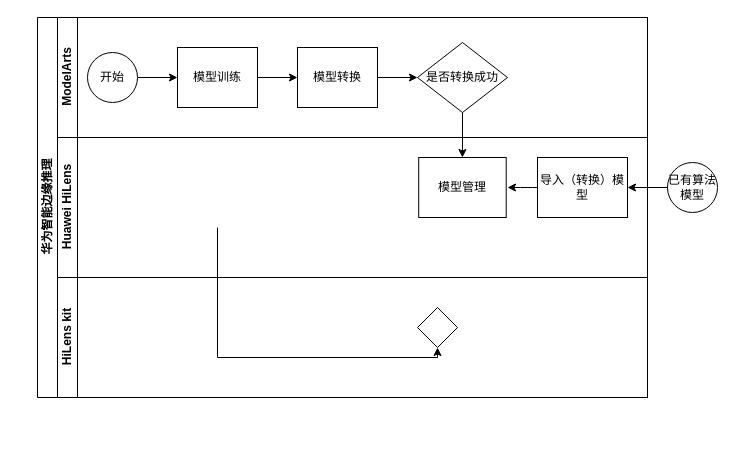
Before: Untitled Diagram.drawio in uclock1995/threejs_p1, a draw.io diagram. Source tidied: cells renumbered, new cells numbered last; positions are measured from the earlier drawing's top-left corner, leaving out a move shared by most shapes. Both pictures are drawn from the tidied source at 100%, with x=0, y=0 at pixel (37, 17).
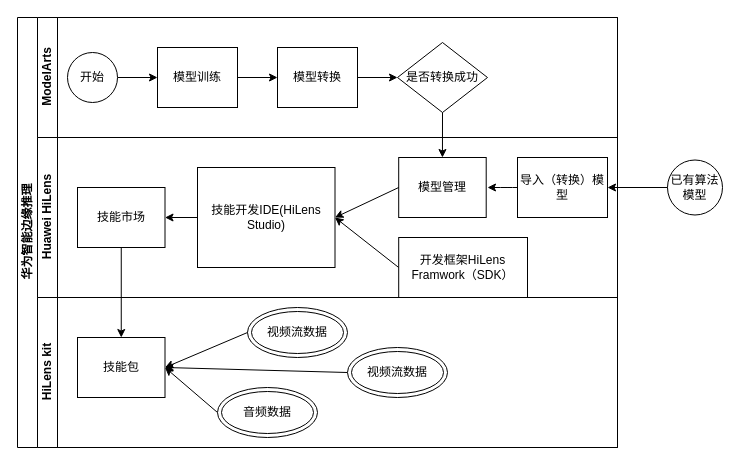
The same diagram, later.

The change refers to these unchanged cells:
```xml
<mxCell id="10" value="是否转换成功" style="rhombus;whiteSpace=wrap;html=1;fontFamily=Helvetica;fontSize=12;fontColor=#000000;align=center;" parent="4" vertex="1">
  <mxGeometry x="360" y="25" width="90" height="70" as="geometry" />
</mxCell>
<mxCell id="14" value="模型管理" style="rounded=0;whiteSpace=wrap;html=1;fontFamily=Helvetica;fontSize=12;fontColor=#000000;align=center;" parent="12" vertex="1">
  <mxGeometry x="361.2" y="20" width="87.5" height="60" as="geometry" />
</mxCell>
```

Change to the diagram source:
```diff
@@
     <mxCell id="2" value="华为智能边缘推理" style="swimlane;html=1;horizontal=0;startSize=20;" parent="1" vertex="1">
-      <mxGeometry width="610" height="380" as="geometry" />
+      <mxGeometry x="-20" width="600" height="430" as="geometry" />
     </mxCell>
-    <mxCell id="3" style="edgeStyle=orthogonalEdgeStyle;rounded=0;jettySize=auto;html=1;endArrow=classic;endFill=1;" parent="2" edge="1" target="17">
-      <mxGeometry relative="1" as="geometry">
-        <mxPoint x="180" y="210" as="sourcePoint" />
-        <Array as="points">
-          <mxPoint x="180" y="340" />
-          <mxPoint x="400" y="340" />
-        </Array>
-      </mxGeometry>
-    </mxCell>
     <mxCell id="4" value="ModelArts" style="swimlane;html=1;startSize=20;horizontal=0;" parent="2" vertex="1">
-      <mxGeometry x="20" width="590" height="120" as="geometry" />
+      <mxGeometry x="20" width="580" height="120" as="geometry" />
     </mxCell>
@@
+    <mxCell id="18" style="endArrow=classic;html=1;entryX=0.5;entryY=0;entryDx=0;entryDy=0;exitX=0.5;exitY=1;exitDx=0;exitDy=0;" parent="2" edge="1" source="10" target="14">
+      <mxGeometry relative="1" as="geometry" />
+    </mxCell>
     <mxCell id="12" value="Huawei HiLens" style="swimlane;html=1;startSize=20;horizontal=0;" parent="2" vertex="1">
-      <mxGeometry x="20" y="120" width="590" height="140" as="geometry" />
+      <mxGeometry x="20" y="120" width="580" height="160" as="geometry" />
     </mxCell>
@@
+    <mxCell id="21" style="endArrow=classic;html=1;" parent="12" edge="1">
+      <mxGeometry relative="1" as="geometry">
+        <mxPoint x="160" y="80" as="sourcePoint" />
+        <mxPoint x="210" y="30" as="targetPoint" />
+      </mxGeometry>
+    </mxCell>
+    <mxCell id="22" style="edgeStyle=orthogonalEdgeStyle;rounded=0;jettySize=auto;html=1;" parent="12" edge="1" source="23" target="25">
+      <mxGeometry relative="1" as="geometry" />
+    </mxCell>
+    <mxCell id="23" value="技能开发IDE(HiLens Studio)" style="rounded=0;whiteSpace=wrap;html=1;fontFamily=Helvetica;fontSize=12;fontColor=#000000;align=center;" parent="12" vertex="1">
+      <mxGeometry x="160" y="30" width="137.5" height="100" as="geometry" />
+    </mxCell>
@@
+    <mxCell id="24" style="endArrow=classic;html=1;entryX=1;entryY=0.5;entryDx=0;entryDy=0;exitX=0;exitY=0.5;exitDx=0;exitDy=0;" parent="12" edge="1" source="26" target="23">
+      <mxGeometry relative="1" as="geometry" />
+    </mxCell>
+    <mxCell id="25" value="技能市场" style="rounded=0;whiteSpace=wrap;html=1;fontFamily=Helvetica;fontSize=12;fontColor=#000000;align=center;" parent="12" vertex="1">
+      <mxGeometry x="40" y="50" width="87.5" height="60" as="geometry" />
+    </mxCell>
+    <mxCell id="26" value="开发框架HiLens Framwork（SDK）" style="rounded=0;whiteSpace=wrap;html=1;fontFamily=Helvetica;fontSize=12;fontColor=#000000;align=center;" parent="12" vertex="1">
+      <mxGeometry x="361.2" y="100" width="128.8" height="60" as="geometry" />
+    </mxCell>
+    <mxCell id="27" style="endArrow=classic;html=1;entryX=1;entryY=0.5;entryDx=0;entryDy=0;exitX=0;exitY=0.5;exitDx=0;exitDy=0;" parent="12" edge="1" source="14" target="23">
+      <mxGeometry relative="1" as="geometry" />
+    </mxCell>
     <mxCell id="16" value="HiLens kit" style="swimlane;html=1;startSize=20;horizontal=0;" parent="2" vertex="1">
-      <mxGeometry x="20" y="260" width="590" height="120" as="geometry" />
+      <mxGeometry x="20" y="280" width="580" height="150" as="geometry" />
     </mxCell>
-    <mxCell id="17" style="rhombus;whiteSpace=wrap;html=1;fontFamily=Helvetica;fontSize=12;fontColor=#000000;align=center;" parent="16" vertex="1">
-      <mxGeometry x="360" y="30" width="40" height="40" as="geometry" />
-    </mxCell>
-    <mxCell id="18" style="endArrow=classic;html=1;entryX=0.5;entryY=0;entryDx=0;entryDy=0;exitX=0.5;exitY=1;exitDx=0;exitDy=0;" parent="2" edge="1" source="10" target="14">
-      <mxGeometry relative="1" as="geometry" />
-    </mxCell>
+    <mxCell id="28" style="endArrow=classic;html=1;entryX=1;entryY=0.5;entryDx=0;entryDy=0;exitX=0;exitY=0.5;exitDx=0;exitDy=0;" parent="16" edge="1" source="31" target="30">
+      <mxGeometry relative="1" as="geometry" />
+    </mxCell>
+    <mxCell id="29" value="视频流数据" style="ellipse;shape=doubleEllipse;whiteSpace=wrap;html=1;" parent="16" vertex="1">
+      <mxGeometry x="210" y="10" width="100" height="50" as="geometry" />
+    </mxCell>
+    <mxCell id="30" value="技能包" style="rounded=0;whiteSpace=wrap;html=1;fontFamily=Helvetica;fontSize=12;fontColor=#000000;align=center;" parent="16" vertex="1">
+      <mxGeometry x="40" y="40" width="87.5" height="60" as="geometry" />
+    </mxCell>
+    <mxCell id="31" value="视频流数据" style="ellipse;shape=doubleEllipse;whiteSpace=wrap;html=1;" parent="16" vertex="1">
+      <mxGeometry x="310" y="50" width="100" height="50" as="geometry" />
+    </mxCell>
+    <mxCell id="32" style="endArrow=classic;html=1;exitX=0;exitY=0.5;exitDx=0;exitDy=0;entryX=1;entryY=0.5;entryDx=0;entryDy=0;" parent="16" edge="1" source="34" target="30">
+      <mxGeometry relative="1" as="geometry" />
+    </mxCell>
+    <mxCell id="33" style="endArrow=classic;html=1;entryX=1;entryY=0.5;entryDx=0;entryDy=0;exitX=0;exitY=0.5;exitDx=0;exitDy=0;" parent="16" edge="1" source="29" target="30">
+      <mxGeometry relative="1" as="geometry" />
+    </mxCell>
+    <mxCell id="34" value="音频数据" style="ellipse;shape=doubleEllipse;whiteSpace=wrap;html=1;" parent="16" vertex="1">
+      <mxGeometry x="180" y="90" width="100" height="50" as="geometry" />
+    </mxCell>
+    <mxCell id="35" style="endArrow=classic;html=1;exitX=0.5;exitY=1;exitDx=0;exitDy=0;entryX=0.5;entryY=0;entryDx=0;entryDy=0;" parent="2" edge="1" source="25" target="30">
+      <mxGeometry relative="1" as="geometry" />
+    </mxCell>
     <mxCell id="19" value="已有算法模型" style="ellipse;whiteSpace=wrap;html=1;" parent="1" vertex="1">
-      <mxGeometry x="630" y="145" width="50" height="50" as="geometry" />
+      <mxGeometry x="630" y="142.5" width="55" height="55" as="geometry" />
     </mxCell>
```
